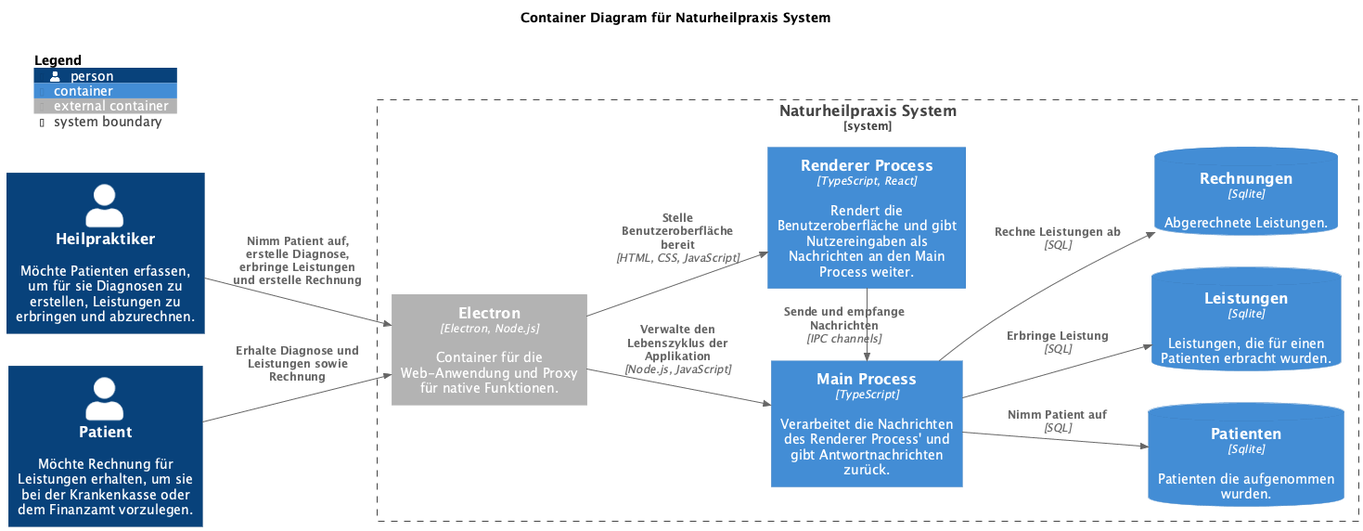
Before: doc/images/components.png, a diagram exported from PlantUML (falkoschumann/naturheilpraxis). The source it was exported from:
```plantuml
@startuml
!include https://raw.githubusercontent.com/plantuml-stdlib/C4-PlantUML/master/C4_Component.puml

LAYOUT_LANDSCAPE()

title "Container Diagram für Naturheilpraxis System"

Person(heilpraktiker, "Heilpraktiker", "Möchte Patienten erfassen, um für sie Diagnosen zu erstellen, Leistungen zu erbringen und abzurechnen.")
Person(patient, "Patient", "Möchte Rechnung für Leistungen erhalten, um sie bei der Krankenkasse oder dem Finanzamt vorzulegen.")

System_Boundary(naturheilpraxis, "Naturheilpraxis System") {
  Container_Ext(electron, "Electron", "Electron, Node.js", "Container für die Web-Anwendung und Proxy für native Funktionen.")
  Container(rendererProcess, "Renderer Process", "TypeScript, React", "Rendert die Benutzeroberfläche und gibt Nutzereingaben als Nachrichten an den Main Process weiter.")
  Container(mainProcess, "Main Process", "TypeScript", "Verarbeitet die Nachrichten des Renderer Process' und gibt Antwortnachrichten zurück.")
  ContainerDb(patienten, "Patienten", "Sqlite", "Patienten die aufgenommen wurden.")
  ContainerDb(leistungen, "Leistungen", "Sqlite", "Leistungen, die für einen Patienten erbracht wurden.")
  ContainerDb(rechnungen, "Rechnungen", "Sqlite", "Abgerechnete Leistungen.")

  Rel(electron, rendererProcess, "Stelle Benutzeroberfläche bereit", "HTML, CSS, JavaScript")
  Rel(electron, mainProcess, "Verwalte den Lebenszyklus der Applikation", "Node.js, JavaScript")
  Rel_Up(rendererProcess, mainProcess, "Sende und empfange Nachrichten", "IPC channels")
  Rel(mainProcess, patienten, "Nimm Patient auf", "SQL")
  Rel(mainProcess, leistungen, "Erbringe Leistung", "SQL")
  Rel(mainProcess, rechnungen, "Rechne Leistungen ab", "SQL")
}

Rel(heilpraktiker, electron, "Nimm Patient auf, erstelle Diagnose, erbringe Leistungen und erstelle Rechnung")
Rel(patient, electron, "Erhalte Diagnose und Leistungen sowie Rechnung")

SHOW_FLOATING_LEGEND()
@enduml
```
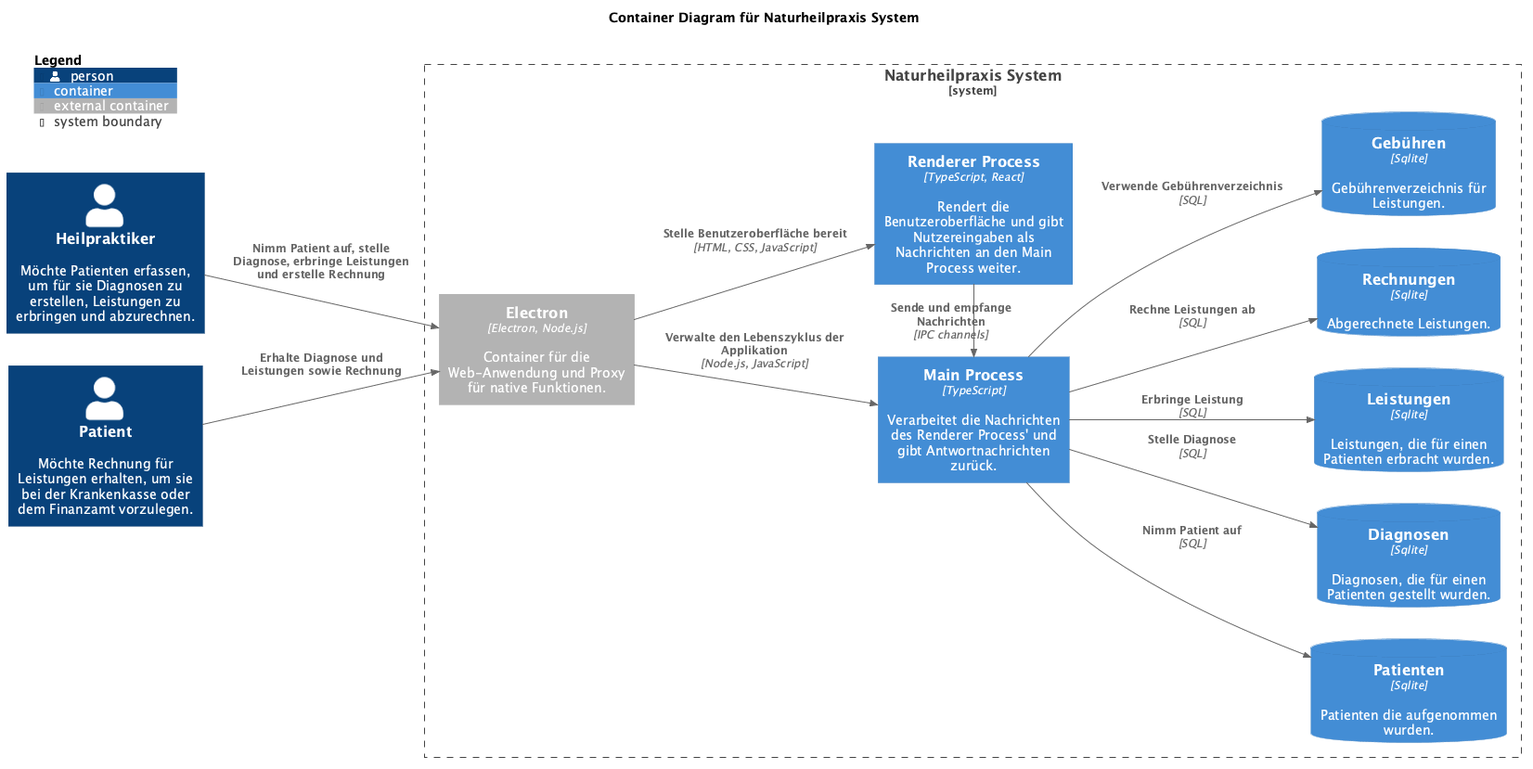
The same file after the commit.

Change to the diagram source:
```diff
@@ -13,18 +13,23 @@
   Container(rendererProcess, "Renderer Process", "TypeScript, React", "Rendert die Benutzeroberfläche und gibt Nutzereingaben als Nachrichten an den Main Process weiter.")
   Container(mainProcess, "Main Process", "TypeScript", "Verarbeitet die Nachrichten des Renderer Process' und gibt Antwortnachrichten zurück.")
   ContainerDb(patienten, "Patienten", "Sqlite", "Patienten die aufgenommen wurden.")
+  ContainerDb(diagnosen, "Diagnosen", "Sqlite", "Diagnosen, die für einen Patienten gestellt wurden.")
   ContainerDb(leistungen, "Leistungen", "Sqlite", "Leistungen, die für einen Patienten erbracht wurden.")
   ContainerDb(rechnungen, "Rechnungen", "Sqlite", "Abgerechnete Leistungen.")
+  ContainerDb(gebuehren, "Gebühren", "Sqlite", "Gebührenverzeichnis für Leistungen.")
+
 
   Rel(electron, rendererProcess, "Stelle Benutzeroberfläche bereit", "HTML, CSS, JavaScript")
   Rel(electron, mainProcess, "Verwalte den Lebenszyklus der Applikation", "Node.js, JavaScript")
   Rel_Up(rendererProcess, mainProcess, "Sende und empfange Nachrichten", "IPC channels")
   Rel(mainProcess, patienten, "Nimm Patient auf", "SQL")
+  Rel(mainProcess, diagnosen, "Stelle Diagnose", "SQL")
   Rel(mainProcess, leistungen, "Erbringe Leistung", "SQL")
   Rel(mainProcess, rechnungen, "Rechne Leistungen ab", "SQL")
+  Rel(mainProcess, gebuehren, "Verwende Gebührenverzeichnis", "SQL")
 }
 
-Rel(heilpraktiker, electron, "Nimm Patient auf, erstelle Diagnose, erbringe Leistungen und erstelle Rechnung")
+Rel(heilpraktiker, electron, "Nimm Patient auf, stelle Diagnose, erbringe Leistungen und erstelle Rechnung")
 Rel(patient, electron, "Erhalte Diagnose und Leistungen sowie Rechnung")
 
 SHOW_FLOATING_LEGEND()
```
